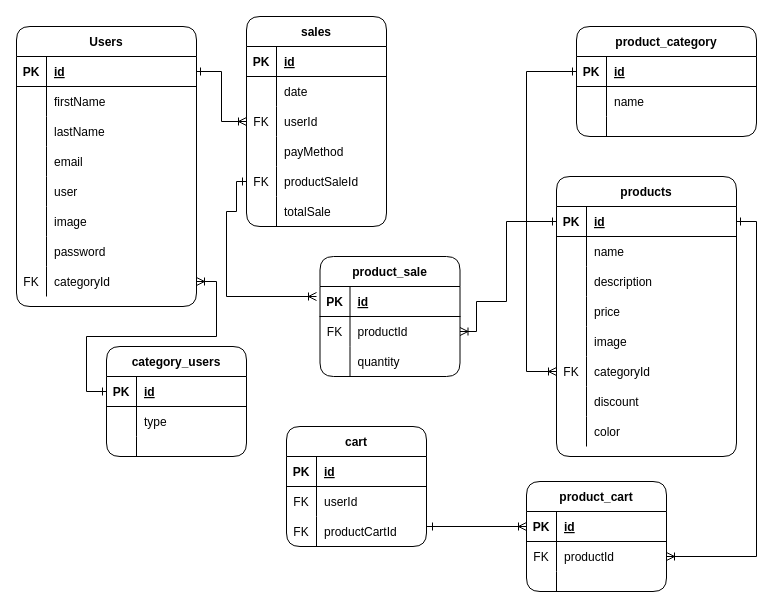
0920CDFSNCN27ARED/grupo-03 keeps this draw.io diagram as diagrama.drawio. Above is the earlier version. Source tidied: cells renumbered, new cells numbered last; positions are measured from the earlier drawing's top-left corner, leaving out a move shared by most shapes. Both pictures are drawn from the tidied source at 100%, with x=0, y=0 at pixel (16, 16).
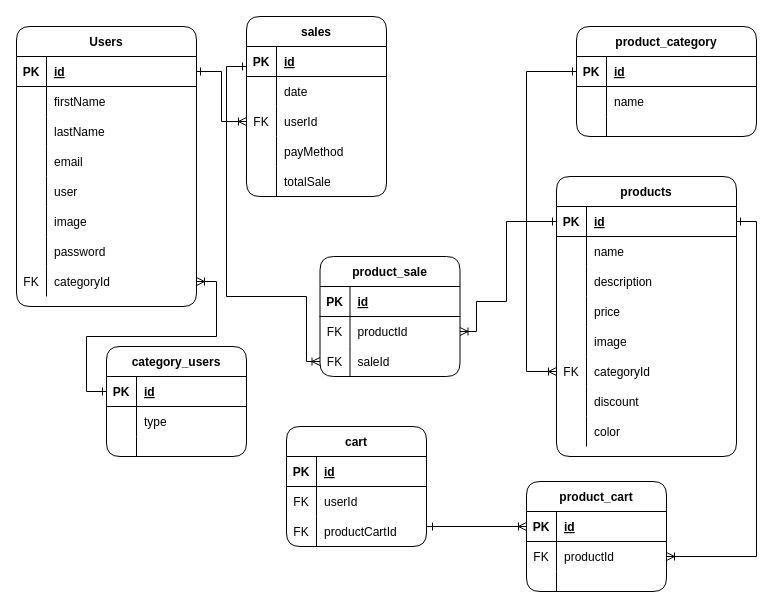
After the change.

Commit message:
cambios en diagrama

Unchanged cells that the change refers to:
```xml
<mxCell id="88" style="shape=partialRectangle;fillColor=none;top=0;left=0;bottom=0;right=0;points=[[0,0.5],[1,0.5]];portConstraint=eastwest;rounded=1;" parent="81" vertex="1">
  <mxGeometry y="90" width="140" height="30" as="geometry" />
</mxCell>
```

The edit, as a diff of the source:
```diff
@@
     <mxCell id="62" value="sales" style="shape=table;startSize=30;childLayout=tableLayout;rowLines=0;fontStyle=1;align=center;rounded=1;" parent="1" vertex="1">
-      <mxGeometry x="230" width="140" height="210" as="geometry" />
+      <mxGeometry x="230" width="140" height="180" as="geometry" />
     </mxCell>
@@
-    <mxCell id="75" style="shape=partialRectangle;fillColor=none;top=0;left=0;bottom=0;right=0;points=[[0,0.5],[1,0.5]];portConstraint=eastwest;rounded=1;" parent="62" vertex="1">
-      <mxGeometry y="150" width="140" height="30" as="geometry" />
-    </mxCell>
-    <mxCell id="76" value="FK" style="shape=partialRectangle;fillColor=none;top=0;left=0;bottom=0;right=0;overflow=hidden;rounded=1;" parent="75" vertex="1">
-      <mxGeometry width="30" height="30" as="geometry" />
-    </mxCell>
-    <mxCell id="77" value="productSaleId" style="shape=partialRectangle;fillColor=none;top=0;left=0;bottom=0;right=0;align=left;spacingLeft=6;overflow=hidden;rounded=1;" parent="75" vertex="1">
-      <mxGeometry x="30" width="110" height="30" as="geometry" />
-    </mxCell>
     <mxCell id="78" style="shape=partialRectangle;fillColor=none;top=0;left=0;bottom=0;right=0;rounded=1;" parent="62" vertex="1">
-      <mxGeometry y="180" width="140" height="30" as="geometry" />
+      <mxGeometry y="150" width="140" height="30" as="geometry" />
     </mxCell>
@@
-    <mxCell id="89" style="shape=partialRectangle;fillColor=none;top=0;left=0;bottom=0;right=0;overflow=hidden;rounded=1;" parent="88" vertex="1">
+    <mxCell id="89" value="FK" style="shape=partialRectangle;fillColor=none;top=0;left=0;bottom=0;right=0;overflow=hidden;rounded=1;" parent="88" vertex="1">
       <mxGeometry width="30" height="30" as="geometry" />
     </mxCell>
-    <mxCell id="90" value="quantity" style="shape=partialRectangle;fillColor=none;top=0;left=0;bottom=0;right=0;align=left;spacingLeft=6;overflow=hidden;rounded=1;" parent="88" vertex="1">
+    <mxCell id="90" value="saleId" style="shape=partialRectangle;fillColor=none;top=0;left=0;bottom=0;right=0;align=left;spacingLeft=6;overflow=hidden;rounded=1;" parent="88" vertex="1">
       <mxGeometry x="30" width="110" height="30" as="geometry" />
     </mxCell>
@@
-    <mxCell id="92" style="edgeStyle=orthogonalEdgeStyle;rounded=0;jettySize=auto;html=1;startArrow=ERoneToMany;startFill=0;endArrow=ERone;endFill=0;entryX=0;entryY=0.5;entryDx=0;entryDy=0;" parent="1" edge="1" target="75">
+    <mxCell id="92" style="edgeStyle=orthogonalEdgeStyle;rounded=0;jettySize=auto;html=1;startArrow=ERoneToMany;startFill=0;endArrow=ERone;endFill=0;exitX=0;exitY=0.5;exitDx=0;exitDy=0;" parent="1" edge="1" source="88">
       <mxGeometry relative="1" as="geometry">
-        <mxPoint x="300" y="280" as="sourcePoint" />
+        <mxPoint x="230" y="50" as="targetPoint" />
         <Array as="points">
-          <mxPoint x="300" y="280" />
+          <mxPoint x="290" y="345" />
+          <mxPoint x="290" y="280" />
           <mxPoint x="210" y="280" />
-          <mxPoint x="210" y="195" />
-          <mxPoint x="220" y="195" />
-          <mxPoint x="220" y="165" />
+          <mxPoint x="210" y="50" />
         </Array>
       </mxGeometry>
     </mxCell>
```
